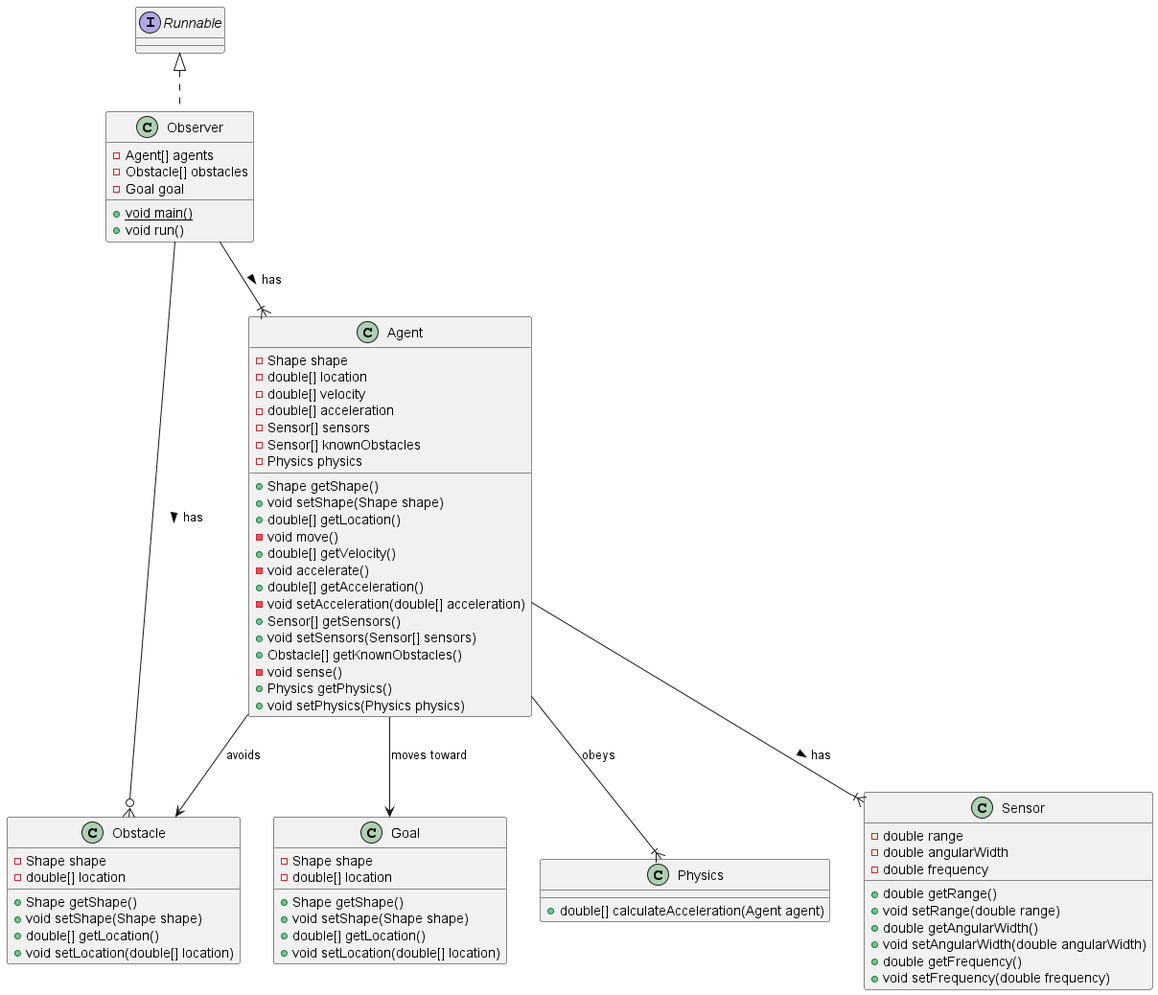
Earlier version of the PlantUML export doc/diagrams/simulation.png (dalemorris2021/agent-simulation).
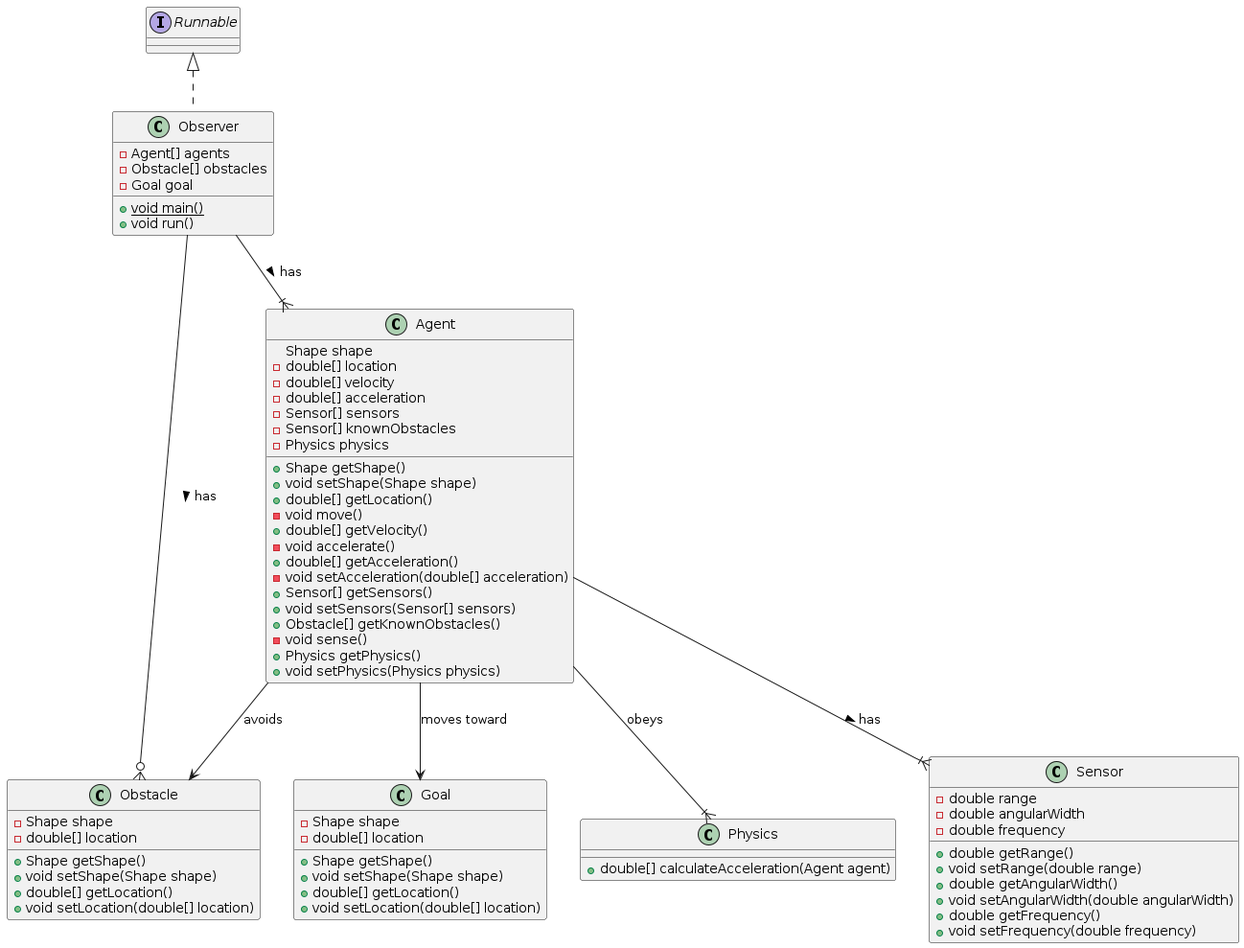
Later version of the same file.

Commit message:
Added a gradlew task to compile UML

Diff of the diagram source:
```diff
@@ -9,7 +9,7 @@
 }
 
 class Agent {
-    - Shape shape
+    Shape shape
     - double[] location
     - double[] velocity
     - double[] acceleration
```
